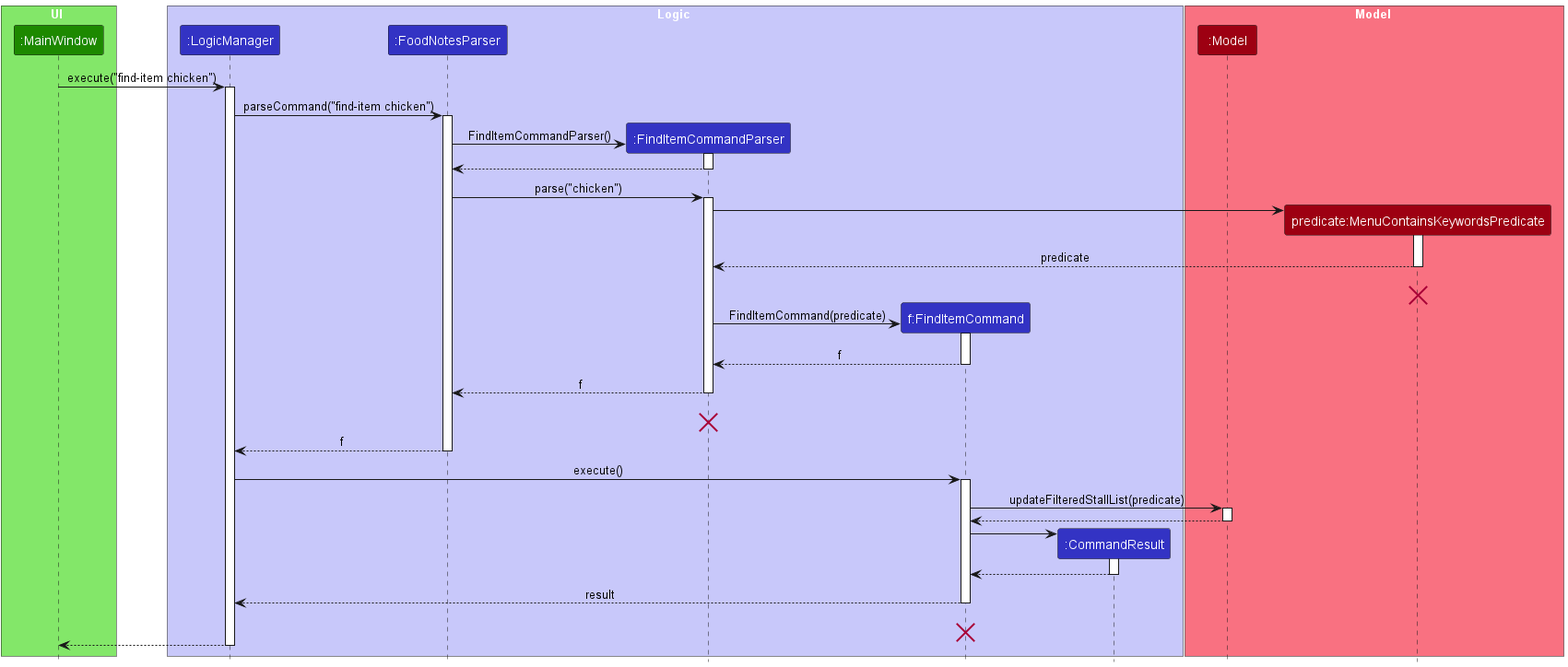
teoks0199/tp keeps this PlantUML diagram as docs/images/FindItemSequenceDiagram.png. Above is the earlier version.
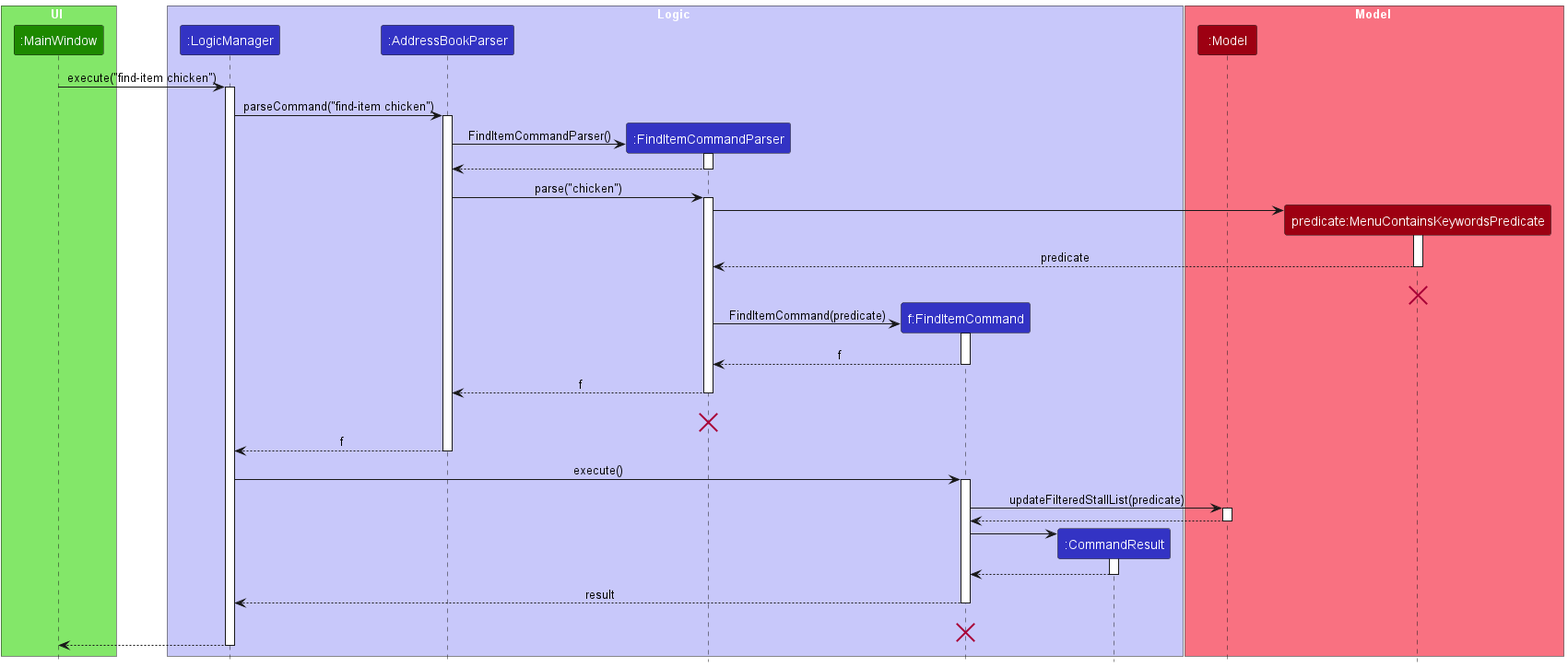
Later version of the same file.

What changed in the source:
```diff
@@ -8,7 +8,7 @@
 
 box Logic LOGIC_COLOR_T1
 participant ":LogicManager" as LogicManager LOGIC_COLOR
-participant ":FoodNotesParser" as FoodNotesParser LOGIC_COLOR
+participant ":AddressBookParser" as AddressBookParser LOGIC_COLOR
 participant ":FindItemCommandParser" as FindItemCommandParser LOGIC_COLOR
 participant "f:FindItemCommand" as FindItemCommand LOGIC_COLOR
 participant ":CommandResult" as CommandResult LOGIC_COLOR
@@ -21,19 +21,19 @@
 MainWindow -> LogicManager : execute("find-item chicken")
 activate LogicManager
 
-LogicManager -> FoodNotesParser : parseCommand("find-item chicken")
-activate FoodNotesParser
+LogicManager -> AddressBookParser : parseCommand("find-item chicken")
+activate AddressBookParser
 
 create FindItemCommandParser
-FoodNotesParser -> FindItemCommandParser :FindItemCommandParser()
+AddressBookParser -> FindItemCommandParser :FindItemCommandParser()
 activate FindItemCommandParser
 
 
 
-FindItemCommandParser --> FoodNotesParser
+FindItemCommandParser --> AddressBookParser
 deactivate FindItemCommandParser
 
-FoodNotesParser -> FindItemCommandParser :parse("chicken")
+AddressBookParser -> FindItemCommandParser :parse("chicken")
 activate FindItemCommandParser
 
 create MenuContainsKeywordsPredicate
@@ -54,13 +54,13 @@
 FindItemCommand --> FindItemCommandParser : f
 deactivate FindItemCommand
 
-FindItemCommandParser --> FoodNotesParser: f
+FindItemCommandParser --> AddressBookParser: f
 deactivate FindItemCommandParser
-FindItemCommandParser -[hidden]-> FoodNotesParser : result
+FindItemCommandParser -[hidden]-> AddressBookParser : result
 destroy FindItemCommandParser
 
-FoodNotesParser --> LogicManager : f
-deactivate FoodNotesParser
+AddressBookParser --> LogicManager : f
+deactivate AddressBookParser
 
 LogicManager -> FindItemCommand : execute()
 activate FindItemCommand
```
